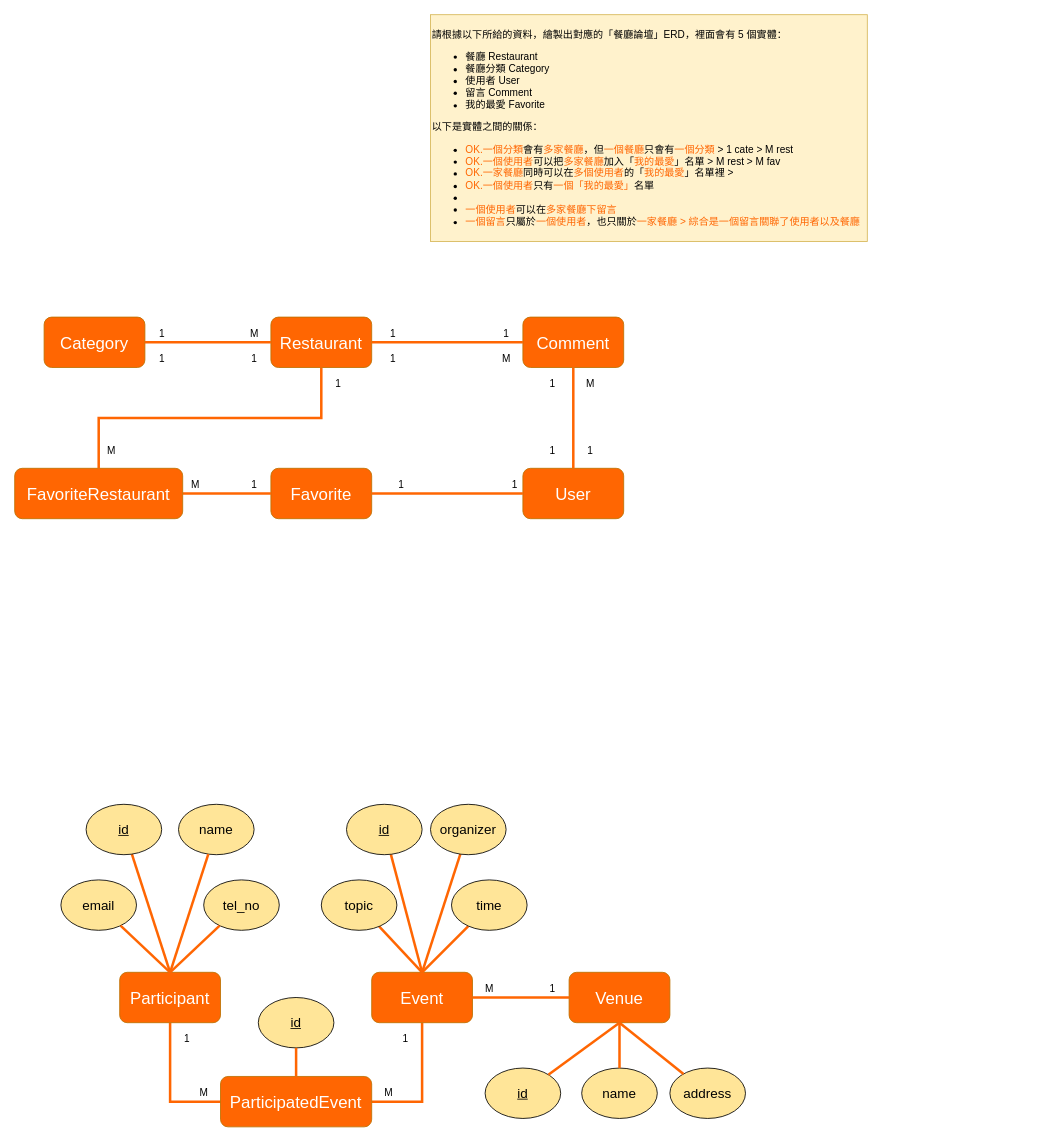
z88243310/bins keeps this draw.io diagram as 餐廳論壇ERD-ver2.drawio. Above is the earlier version. Source tidied: cells renumbered, new cells numbered last; positions are measured from the earlier drawing's top-left corner, leaving out a move shared by most shapes. Both pictures are drawn from the tidied source at 84%, with x=0, y=0 at pixel (14, 14).
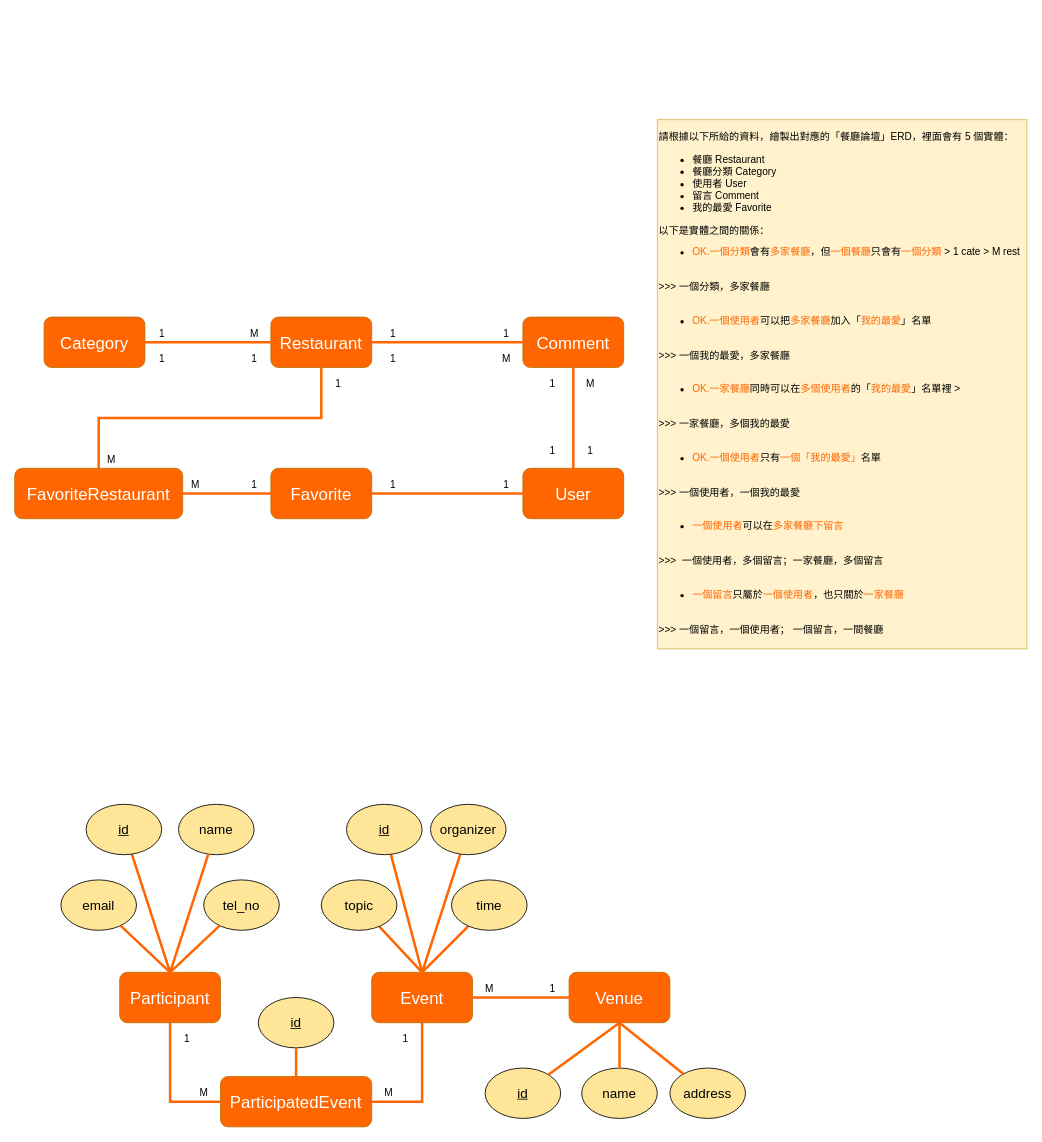
Above is the later version.

Commit message:
更新餐廳論壇ERD-ver2.drawio

What changed in the source:
```diff
@@
-    <mxCell id="39" value="&lt;p&gt;請根據以下所給的資料，繪製出對應的「餐廳論壇」ERD，裡面會有 5 個實體：&lt;/p&gt;&lt;ul&gt;&lt;li&gt;餐廳 Restaurant&lt;/li&gt;&lt;li&gt;餐廳分類 Category&lt;/li&gt;&lt;li&gt;使用者 User&lt;/li&gt;&lt;li&gt;留言 Comment&lt;/li&gt;&lt;li&gt;我的最愛 Favorite&lt;/li&gt;&lt;/ul&gt;&lt;p&gt;以下是實體之間的關係：&lt;/p&gt;&lt;ul&gt;&lt;li&gt;&lt;font color=&quot;#FF6602&quot;&gt;OK.一個分類&lt;/font&gt;會有&lt;font color=&quot;#FF6602&quot;&gt;多家餐廳&lt;/font&gt;，但&lt;font color=&quot;#FF6602&quot;&gt;一個餐廳&lt;/font&gt;只會有&lt;font color=&quot;#FF6602&quot;&gt;一個分類&lt;/font&gt; &amp;gt; 1 cate &amp;gt; M rest&lt;br&gt;&lt;/li&gt;&lt;li&gt;&lt;font color=&quot;#FF6602&quot;&gt;OK.一個使用者&lt;/font&gt;可以把&lt;font color=&quot;#FF6602&quot;&gt;多家餐廳&lt;/font&gt;加入「&lt;font color=&quot;#FF6602&quot;&gt;我的最愛&lt;/font&gt;」名單 &amp;gt; M rest &amp;gt; M fav&lt;br&gt;&lt;/li&gt;&lt;li&gt;&lt;font color=&quot;#FF6602&quot;&gt;OK.一家餐廳&lt;/font&gt;同時可以在&lt;font color=&quot;#FF6602&quot;&gt;多個使用者&lt;/font&gt;的「&lt;font color=&quot;#FF6602&quot;&gt;我的最愛&lt;/font&gt;」名單裡 &amp;gt; &lt;br&gt;&lt;/li&gt;&lt;li&gt;&lt;font color=&quot;#FF6602&quot;&gt;OK.一個使用者&lt;/font&gt;只有&lt;font color=&quot;#FF6602&quot;&gt;一個「我的最愛」&lt;/font&gt;名單&lt;/li&gt;&lt;li&gt;&lt;br&gt;&lt;/li&gt;&lt;li&gt;&lt;font color=&quot;#FF6602&quot;&gt;一個使用者&lt;/font&gt;可以在&lt;font color=&quot;#FF6602&quot;&gt;多家餐廳下留言&lt;/font&gt;&lt;/li&gt;&lt;li&gt;&lt;font color=&quot;#FF6602&quot;&gt;一個留言&lt;/font&gt;只屬於&lt;font color=&quot;#FF6602&quot;&gt;一個使用者&lt;/font&gt;，也只關於&lt;font color=&quot;#FF6602&quot;&gt;一家餐廳 &amp;gt; 綜合是一個留言關聯了使用者以及餐廳&lt;br&gt;&lt;/font&gt;&lt;/li&gt;&lt;/ul&gt;" style="text;html=1;align=left;verticalAlign=middle;strokeColor=#d6b656;fillColor=#fff2cc;" parent="1" vertex="1">
-      <mxGeometry x="495" width="520" height="270" as="geometry" />
+    <mxCell id="39" value="&lt;p&gt;請根據以下所給的資料，繪製出對應的「餐廳論壇」ERD，裡面會有 5 個實體：&lt;/p&gt;&lt;ul&gt;&lt;li&gt;餐廳 Restaurant&lt;/li&gt;&lt;li&gt;餐廳分類 Category&lt;/li&gt;&lt;li&gt;使用者 User&lt;/li&gt;&lt;li&gt;留言 Comment&lt;/li&gt;&lt;li&gt;我的最愛 Favorite&lt;/li&gt;&lt;/ul&gt;&lt;p&gt;以下是實體之間的關係：&lt;/p&gt;&lt;ul&gt;&lt;li&gt;&lt;font color=&quot;#FF6602&quot;&gt;OK.一個分類&lt;/font&gt;會有&lt;font color=&quot;#FF6602&quot;&gt;多家餐廳&lt;/font&gt;，但&lt;font color=&quot;#FF6602&quot;&gt;一個餐廳&lt;/font&gt;只會有&lt;font color=&quot;#FF6602&quot;&gt;一個分類&lt;/font&gt; &amp;gt; 1 cate &amp;gt; M rest&lt;/li&gt;&lt;/ul&gt;&lt;div&gt;&lt;br&gt;&lt;/div&gt;&lt;div&gt;&amp;gt;&amp;gt;&amp;gt; 一個分類，多家餐廳&lt;/div&gt;&lt;div&gt;&lt;br&gt;&lt;/div&gt;&lt;ul&gt;&lt;li&gt;&lt;font color=&quot;#FF6602&quot;&gt;OK.一個使用者&lt;/font&gt;可以把&lt;font color=&quot;#FF6602&quot;&gt;多家餐廳&lt;/font&gt;加入「&lt;font color=&quot;#FF6602&quot;&gt;我的最愛&lt;/font&gt;」名單 &lt;br&gt;&lt;/li&gt;&lt;/ul&gt;&lt;div&gt;&lt;br&gt;&lt;/div&gt;&lt;div&gt;&amp;gt;&amp;gt;&amp;gt; 一個我的最愛，多家餐廳&lt;/div&gt;&lt;div&gt;&lt;br&gt;&lt;/div&gt;&lt;ul&gt;&lt;li&gt;&lt;font color=&quot;#FF6602&quot;&gt;OK.一家餐廳&lt;/font&gt;同時可以在&lt;font color=&quot;#FF6602&quot;&gt;多個使用者&lt;/font&gt;的「&lt;font color=&quot;#FF6602&quot;&gt;我的最愛&lt;/font&gt;」名單裡 &amp;gt;&amp;nbsp;&lt;/li&gt;&lt;/ul&gt;&lt;div&gt;&lt;br&gt;&lt;/div&gt;&lt;div&gt;&amp;gt;&amp;gt;&amp;gt; 一家餐廳，多個我的最愛&lt;/div&gt;&lt;div&gt;&lt;br&gt;&lt;/div&gt;&lt;ul&gt;&lt;li&gt;&lt;font color=&quot;#FF6602&quot;&gt;OK.一個使用者&lt;/font&gt;只有&lt;font color=&quot;#FF6602&quot;&gt;一個「我的最愛」&lt;/font&gt;名單&lt;/li&gt;&lt;/ul&gt;&lt;div&gt;&lt;br&gt;&lt;/div&gt;&lt;div&gt;&amp;gt;&amp;gt;&amp;gt; 一個使用者，一個我的最愛&lt;/div&gt;&lt;div&gt;&lt;br&gt;&lt;/div&gt;&lt;ul&gt;&lt;li&gt;&lt;font color=&quot;#FF6602&quot;&gt;一個使用者&lt;/font&gt;可以在&lt;font color=&quot;#FF6602&quot;&gt;多家餐廳下留言&amp;nbsp;&lt;/font&gt;&lt;/li&gt;&lt;/ul&gt;&lt;div&gt;&lt;br&gt;&lt;/div&gt;&lt;div&gt;&lt;font color=&quot;#FF6602&quot;&gt;&lt;font color=&quot;#000000&quot;&gt;&amp;gt;&amp;gt;&amp;gt;&amp;nbsp; 一個使用者，多個留言；一家餐廳，多個留言&lt;/font&gt;&lt;br&gt;&lt;/font&gt;&lt;/div&gt;&lt;div&gt;&lt;font color=&quot;#FF6602&quot;&gt;&lt;br&gt;&lt;/font&gt;&lt;/div&gt;&lt;ul&gt;&lt;li&gt;&lt;font color=&quot;#FF6602&quot;&gt;一個留言&lt;/font&gt;只屬於&lt;font color=&quot;#FF6602&quot;&gt;一個使用者&lt;/font&gt;，也只關於&lt;font color=&quot;#FF6602&quot;&gt;一家餐廳 &lt;br&gt;&lt;/font&gt;&lt;/li&gt;&lt;/ul&gt;&lt;div&gt;&lt;br&gt;&lt;/div&gt;&lt;div&gt;&lt;font color=&quot;#FF6602&quot;&gt;&lt;font color=&quot;#000000&quot;&gt;&amp;gt;&amp;gt;&amp;gt; 一個留言，一個使用者； 一個留言，一間餐廳&lt;/font&gt;&lt;br&gt;&lt;/font&gt;&lt;/div&gt;&lt;div&gt;&lt;font color=&quot;#FF6602&quot;&gt;&lt;br&gt;&lt;/font&gt;&lt;/div&gt;" style="text;html=1;align=left;verticalAlign=middle;strokeColor=#d6b656;fillColor=#fff2cc;" parent="1" vertex="1">
+      <mxGeometry x="765" y="125" width="440" height="630" as="geometry" />
     </mxCell>
@@
     <mxCell id="49" value="1" style="text;html=1;align=center;verticalAlign=middle;strokeColor=none;fillColor=none;" parent="1" vertex="1">
-      <mxGeometry x="585" y="550" width="20" height="20" as="geometry" />
+      <mxGeometry x="575" y="550" width="20" height="20" as="geometry" />
     </mxCell>
     <mxCell id="50" value="1" style="text;html=1;align=center;verticalAlign=middle;strokeColor=none;fillColor=none;" parent="1" vertex="1">
-      <mxGeometry x="450" y="550" width="20" height="20" as="geometry" />
+      <mxGeometry x="440" y="550" width="20" height="20" as="geometry" />
     </mxCell>
@@
     <mxCell id="53" value="M" style="text;html=1;align=center;verticalAlign=middle;strokeColor=none;fillColor=none;" parent="1" vertex="1">
-      <mxGeometry x="105" y="510" width="20" height="20" as="geometry" />
+      <mxGeometry x="105" y="520" width="20" height="20" as="geometry" />
     </mxCell>
```
